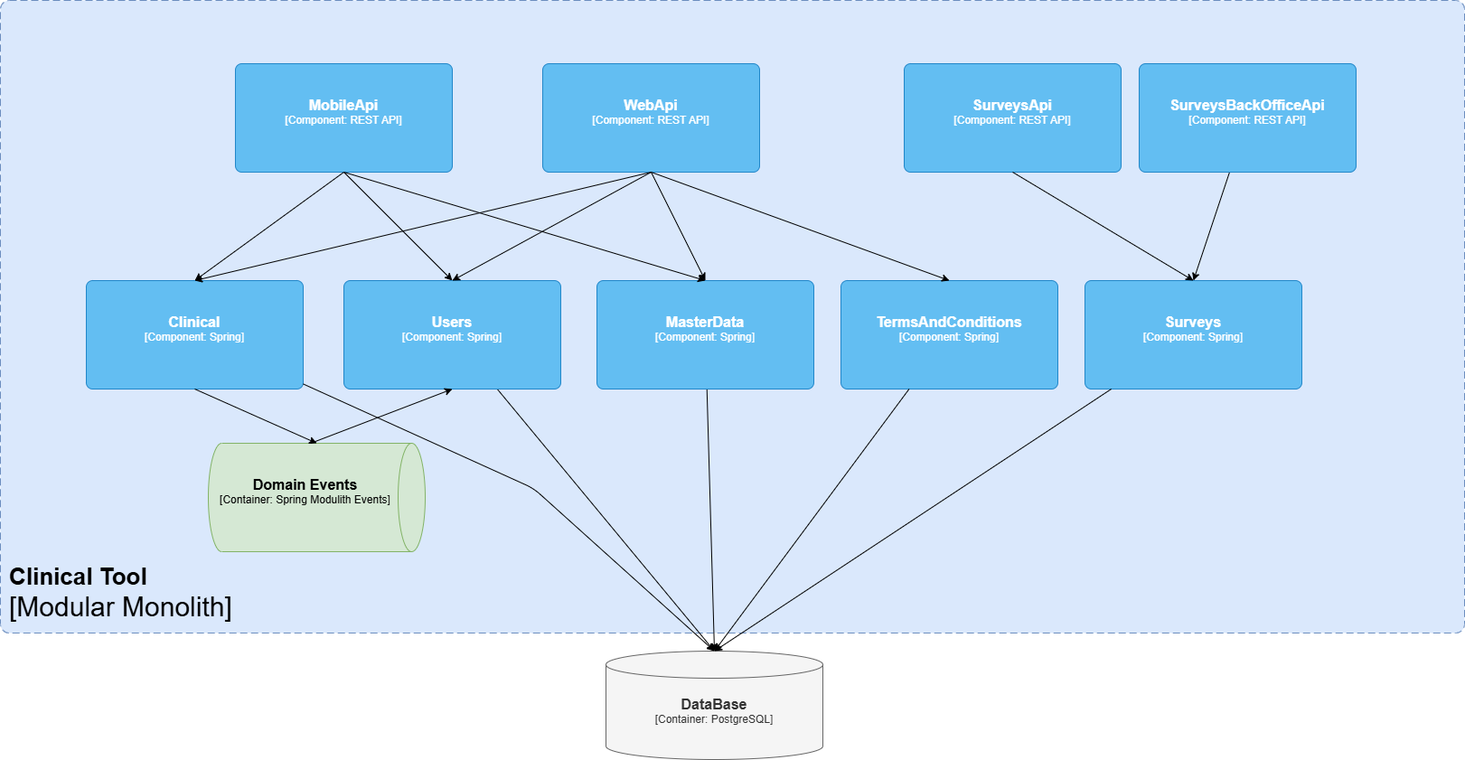
Earlier version of the draw.io export examples/modulith-clinical-tool-jpa/models/clinical-tool-c4.png (ZenWave360/zenwave-playground). Source tidied: cells renumbered, new cells last; positions are measured from the earlier drawing's top-left corner, leaving out a move shared by most shapes.
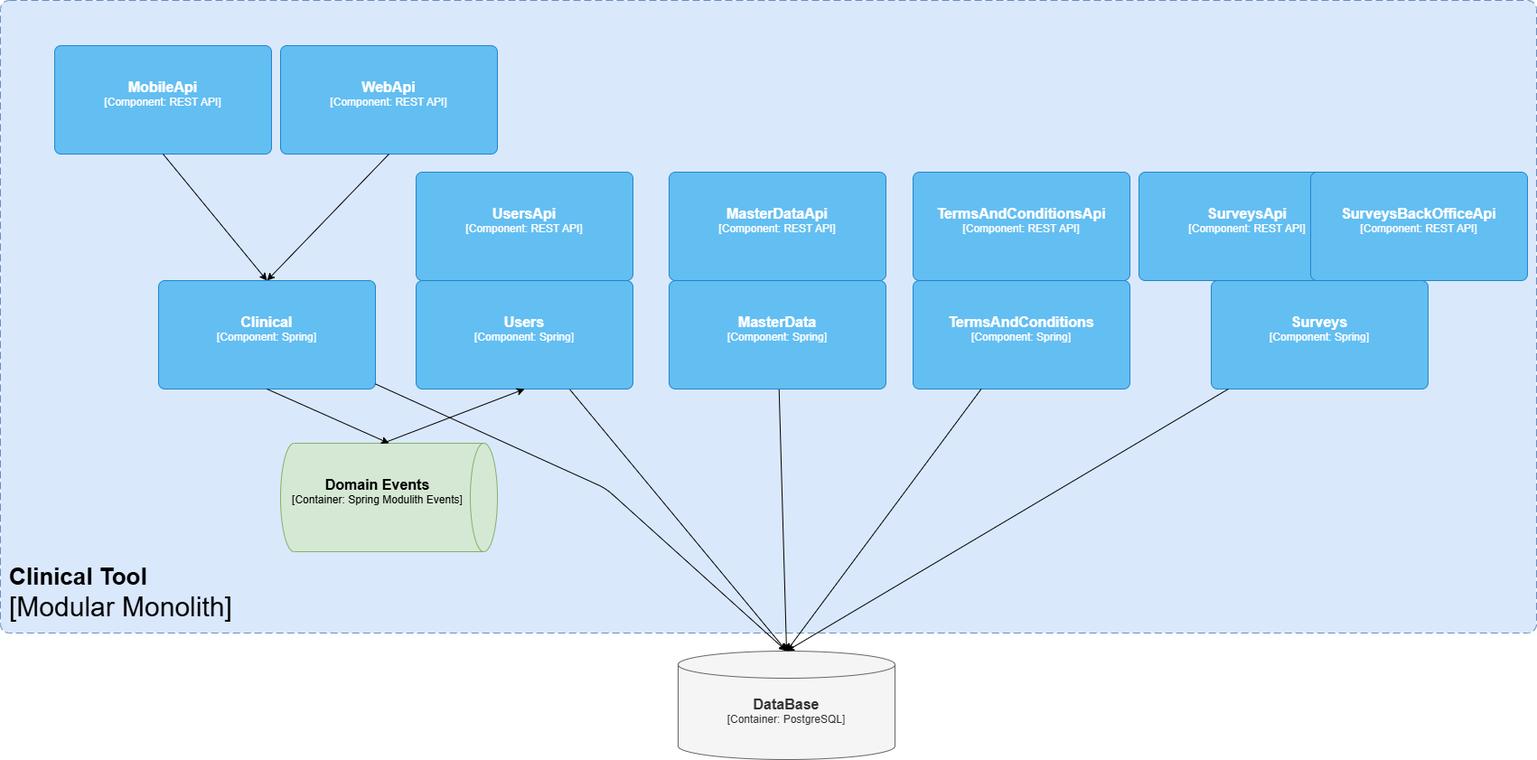
The same file after the commit.

Commit message:
working in the documentation of example projects

The edit, as a diff of the source:
```diff
@@ -4,22 +4,17 @@
     <mxCell id="1" parent="0" />
     <object id="2" label="&lt;font style=&quot;font-size: 26px&quot;&gt;&lt;b&gt;&lt;div style=&quot;text-align: left&quot;&gt;%c4Name%&lt;/div&gt;&lt;/b&gt;&lt;/font&gt;&lt;div style=&quot;text-align: left; font-size: 30px&quot;&gt;[%c4Application%]&lt;/div&gt;" c4Application="Modular Monolith" c4Name="Clinical Tool" c4Type="ContainerScopeBoundary" placeholders="1">
       <mxCell style="rounded=1;fontSize=11;whiteSpace=wrap;html=1;dashed=1;arcSize=20;fillColor=#dae8fc;strokeColor=#6c8ebf;labelBackgroundColor=none;align=left;verticalAlign=bottom;labelBorderColor=none;spacingTop=0;spacing=10;dashPattern=8 4;perimeter=rectanglePerimeter;noLabel=0;labelPadding=0;absoluteArcSize=1;" parent="1" vertex="1">
-        <mxGeometry width="1620" height="700" as="geometry" />
+        <mxGeometry x="-80" width="1700" height="700" as="geometry" />
       </mxCell>
     </object>
     <object id="3" label="&lt;font style=&quot;font-size: 16px&quot;&gt;&lt;b&gt;%c4Name%&lt;/b&gt;&lt;/font&gt;&lt;div&gt;[%c4Type%: %c4Technology%]&lt;/div&gt;&lt;br&gt;&lt;div&gt;&lt;font style=&quot;font-size: 11px&quot;&gt;%c4Description%&lt;/font&gt;&lt;/div&gt;" c4Description="" c4Name="WebApi" c4Technology="REST API" c4Type="Component" placeholders="1">
       <mxCell style="rounded=1;whiteSpace=wrap;html=1;labelBackgroundColor=none;fillColor=#63BEF2;fontColor=#ffffff;align=center;arcSize=6;strokeColor=#2086C9;points=[[0.25,0,0],[0.5,0,0],[0.75,0,0],[1,0.25,0],[1,0.5,0],[1,0.75,0],[0.75,1,0],[0.5,1,0],[0.25,1,0],[0,0.75,0],[0,0.5,0],[0,0.25,0]];" parent="1" vertex="1">
-        <mxGeometry x="600" y="70" width="240" height="120" as="geometry" />
+        <mxGeometry x="230" y="50" width="240" height="120" as="geometry" />
       </mxCell>
     </object>
-    <mxCell id="4" style="edgeStyle=none;html=1;exitX=0.5;exitY=1;exitDx=0;exitDy=0;exitPerimeter=0;" parent="1" edge="1" source="5">
-      <mxGeometry relative="1" as="geometry">
-        <mxPoint x="500" y="310" as="targetPoint" />
-      </mxGeometry>
-    </mxCell>
     <object id="5" label="&lt;font style=&quot;font-size: 16px&quot;&gt;&lt;b&gt;%c4Name%&lt;/b&gt;&lt;/font&gt;&lt;div&gt;[%c4Type%: %c4Technology%]&lt;/div&gt;&lt;br&gt;&lt;div&gt;&lt;font style=&quot;font-size: 11px&quot;&gt;%c4Description%&lt;/font&gt;&lt;/div&gt;" c4Description="" c4Name="MobileApi" c4Technology="REST API" c4Type="Component" placeholders="1">
       <mxCell style="rounded=1;whiteSpace=wrap;html=1;labelBackgroundColor=none;fillColor=#63BEF2;fontColor=#ffffff;align=center;arcSize=6;strokeColor=#2086C9;points=[[0.25,0,0],[0.5,0,0],[0.75,0,0],[1,0.25,0],[1,0.5,0],[1,0.75,0],[0.75,1,0],[0.5,1,0],[0.25,1,0],[0,0.75,0],[0,0.5,0],[0,0.25,0]];" parent="1" vertex="1">
-        <mxGeometry x="260" y="70" width="240" height="120" as="geometry" />
+        <mxGeometry x="-20" y="50" width="240" height="120" as="geometry" />
       </mxCell>
     </object>
     <object id="6" label="&lt;font style=&quot;font-size: 16px&quot;&gt;&lt;b&gt;%c4Name%&lt;/b&gt;&lt;/font&gt;&lt;div&gt;[%c4Type%: %c4Technology%]&lt;/div&gt;&lt;br&gt;&lt;div&gt;&lt;font style=&quot;font-size: 11px&quot;&gt;%c4Description%&lt;/font&gt;&lt;/div&gt;" c4Description="" c4Name="Clinical" c4Technology="Spring" c4Type="Component" placeholders="1">
@@ -45,7 +40,7 @@
     </object>
     <object id="11" label="&lt;font style=&quot;font-size: 16px&quot;&gt;&lt;b&gt;%c4Name%&lt;/b&gt;&lt;/font&gt;&lt;div&gt;[%c4Type%: %c4Technology%]&lt;/div&gt;&lt;br&gt;&lt;div&gt;&lt;font style=&quot;font-size: 11px&quot;&gt;%c4Description%&lt;/font&gt;&lt;/div&gt;" c4Description="" c4Name="Surveys" c4Technology="Spring" c4Type="Component" placeholders="1">
       <mxCell style="rounded=1;whiteSpace=wrap;html=1;labelBackgroundColor=none;fillColor=#63BEF2;fontColor=#ffffff;align=center;arcSize=6;strokeColor=#2086C9;points=[[0.25,0,0],[0.5,0,0],[0.75,0,0],[1,0.25,0],[1,0.5,0],[1,0.75,0],[0.75,1,0],[0.5,1,0],[0.25,1,0],[0,0.75,0],[0,0.5,0],[0,0.25,0]];" parent="1" vertex="1">
-        <mxGeometry x="1200" y="310" width="240" height="120" as="geometry" />
+        <mxGeometry x="1260" y="310" width="240" height="120" as="geometry" />
       </mxCell>
     </object>
     <object id="12" label="&lt;font style=&quot;font-size: 16px&quot;&gt;&lt;b&gt;%c4Name%&lt;/b&gt;&lt;/font&gt;&lt;div&gt;[%c4Type%: %c4Technology%]&lt;/div&gt;&lt;br&gt;&lt;div&gt;&lt;font style=&quot;font-size: 11px&quot;&gt;%c4Description%&lt;/font&gt;&lt;/div&gt;" c4Description="" c4Name="TermsAndConditions" c4Technology="Spring" c4Type="Component" placeholders="1">
@@ -55,38 +50,20 @@
     </object>
     <object id="13" label="&lt;font style=&quot;font-size: 16px&quot;&gt;&lt;b&gt;%c4Name%&lt;/b&gt;&lt;/font&gt;&lt;div&gt;[%c4Type%: %c4Technology%]&lt;/div&gt;&lt;br&gt;&lt;div&gt;&lt;font style=&quot;font-size: 11px&quot;&gt;%c4Description%&lt;/font&gt;&lt;/div&gt;" c4Description="" c4Name="SurveysApi" c4Technology="REST API" c4Type="Component" placeholders="1">
       <mxCell style="rounded=1;whiteSpace=wrap;html=1;labelBackgroundColor=none;fillColor=#63BEF2;fontColor=#ffffff;align=center;arcSize=6;strokeColor=#2086C9;points=[[0.25,0,0],[0.5,0,0],[0.75,0,0],[1,0.25,0],[1,0.5,0],[1,0.75,0],[0.75,1,0],[0.5,1,0],[0.25,1,0],[0,0.75,0],[0,0.5,0],[0,0.25,0]];" parent="1" vertex="1">
-        <mxGeometry x="1000" y="70" width="240" height="120" as="geometry" />
+        <mxGeometry x="1180" y="190" width="240" height="120" as="geometry" />
       </mxCell>
     </object>
-    <mxCell id="14" style="edgeStyle=none;html=1;entryX=0.5;entryY=0;entryDx=0;entryDy=0;entryPerimeter=0;" parent="1" edge="1" source="15" target="11">
-      <mxGeometry relative="1" as="geometry" />
-    </mxCell>
     <object id="15" label="&lt;font style=&quot;font-size: 16px&quot;&gt;&lt;b&gt;%c4Name%&lt;/b&gt;&lt;/font&gt;&lt;div&gt;[%c4Type%: %c4Technology%]&lt;/div&gt;&lt;br&gt;&lt;div&gt;&lt;font style=&quot;font-size: 11px&quot;&gt;%c4Description%&lt;/font&gt;&lt;/div&gt;" c4Description="" c4Name="SurveysBackOfficeApi" c4Technology="REST API" c4Type="Component" placeholders="1">
       <mxCell style="rounded=1;whiteSpace=wrap;html=1;labelBackgroundColor=none;fillColor=#63BEF2;fontColor=#ffffff;align=center;arcSize=6;strokeColor=#2086C9;points=[[0.25,0,0],[0.5,0,0],[0.75,0,0],[1,0.25,0],[1,0.5,0],[1,0.75,0],[0.75,1,0],[0.5,1,0],[0.25,1,0],[0,0.75,0],[0,0.5,0],[0,0.25,0]];" parent="1" vertex="1">
-        <mxGeometry x="1260" y="70" width="240" height="120" as="geometry" />
+        <mxGeometry x="1370" y="190" width="240" height="120" as="geometry" />
       </mxCell>
     </object>
     <mxCell id="16" style="edgeStyle=none;html=1;entryX=0.5;entryY=0;entryDx=0;entryDy=0;entryPerimeter=0;exitX=0.5;exitY=1;exitDx=0;exitDy=0;exitPerimeter=0;" parent="1" edge="1" source="3" target="6">
       <mxGeometry relative="1" as="geometry" />
     </mxCell>
-    <mxCell id="17" style="edgeStyle=none;html=1;entryX=0.5;entryY=0;entryDx=0;entryDy=0;entryPerimeter=0;exitX=0.5;exitY=1;exitDx=0;exitDy=0;exitPerimeter=0;" parent="1" edge="1" source="3" target="8">
-      <mxGeometry relative="1" as="geometry" />
-    </mxCell>
-    <mxCell id="18" style="edgeStyle=none;html=1;entryX=0.5;entryY=0;entryDx=0;entryDy=0;entryPerimeter=0;exitX=0.5;exitY=1;exitDx=0;exitDy=0;exitPerimeter=0;" parent="1" edge="1" source="3" target="10">
-      <mxGeometry relative="1" as="geometry" />
-    </mxCell>
-    <mxCell id="19" style="edgeStyle=none;html=1;entryX=0.5;entryY=0;entryDx=0;entryDy=0;entryPerimeter=0;exitX=0.5;exitY=1;exitDx=0;exitDy=0;exitPerimeter=0;" parent="1" edge="1" source="3" target="12">
-      <mxGeometry relative="1" as="geometry" />
-    </mxCell>
     <mxCell id="20" style="edgeStyle=none;html=1;entryX=0.5;entryY=0;entryDx=0;entryDy=0;entryPerimeter=0;exitX=0.5;exitY=1;exitDx=0;exitDy=0;exitPerimeter=0;" parent="1" edge="1" source="5" target="6">
       <mxGeometry relative="1" as="geometry" />
     </mxCell>
-    <mxCell id="21" style="edgeStyle=none;html=1;entryX=0.5;entryY=0;entryDx=0;entryDy=0;entryPerimeter=0;exitX=0.5;exitY=1;exitDx=0;exitDy=0;exitPerimeter=0;" parent="1" edge="1" source="5" target="10">
-      <mxGeometry relative="1" as="geometry" />
-    </mxCell>
-    <mxCell id="22" style="edgeStyle=none;html=1;entryX=0.5;entryY=0;entryDx=0;entryDy=0;entryPerimeter=0;exitX=0.5;exitY=1;exitDx=0;exitDy=0;exitPerimeter=0;" parent="1" edge="1" source="13" target="11">
-      <mxGeometry relative="1" as="geometry" />
-    </mxCell>
     <object id="23" label="&lt;font style=&quot;font-size: 16px&quot;&gt;&lt;b&gt;%c4Name%&lt;/b&gt;&lt;/font&gt;&lt;div&gt;[%c4Type%:&amp;nbsp;%c4Technology%]&lt;/div&gt;&lt;br&gt;&lt;div&gt;&lt;font style=&quot;font-size: 11px&quot;&gt;&lt;font color=&quot;#E6E6E6&quot;&gt;%c4Description%&lt;/font&gt;&lt;/div&gt;" c4Description="" c4Name="Domain Events" c4Technology="Spring Modulith Events" c4Type="Container" placeholders="1">
       <mxCell style="shape=cylinder3;size=15;direction=south;whiteSpace=wrap;html=1;boundedLbl=1;rounded=0;labelBackgroundColor=none;fillColor=#d5e8d4;fontSize=12;align=center;strokeColor=#82b366;points=[[0.5,0,0],[1,0.25,0],[1,0.5,0],[1,0.75,0],[0.5,1,0],[0,0.75,0],[0,0.5,0],[0,0.25,0]];" parent="1" vertex="1">
         <mxGeometry x="230" y="490" width="240" height="120" as="geometry" />
@@ -116,5 +93,20 @@
     <mxCell id="29" style="edgeStyle=none;html=1;entryX=0.5;entryY=0;entryDx=0;entryDy=0;entryPerimeter=0;" parent="1" edge="1" source="11" target="26">
       <mxGeometry relative="1" as="geometry" />
     </mxCell>
+    <object id="30" label="&lt;font style=&quot;font-size: 16px&quot;&gt;&lt;b&gt;%c4Name%&lt;/b&gt;&lt;/font&gt;&lt;div&gt;[%c4Type%: %c4Technology%]&lt;/div&gt;&lt;br&gt;&lt;div&gt;&lt;font style=&quot;font-size: 11px&quot;&gt;%c4Description%&lt;/font&gt;&lt;/div&gt;" c4Description="" c4Name="UsersApi" c4Technology="REST API" c4Type="Component" placeholders="1">
+      <mxCell style="rounded=1;whiteSpace=wrap;html=1;labelBackgroundColor=none;fillColor=#63BEF2;fontColor=#ffffff;align=center;arcSize=6;strokeColor=#2086C9;" parent="1" vertex="1">
+        <mxGeometry x="380" y="190" width="240" height="120" as="geometry" />
+      </mxCell>
+    </object>
+    <object id="31" label="&lt;font style=&quot;font-size: 16px&quot;&gt;&lt;b&gt;%c4Name%&lt;/b&gt;&lt;/font&gt;&lt;div&gt;[%c4Type%: %c4Technology%]&lt;/div&gt;&lt;br&gt;&lt;div&gt;&lt;font style=&quot;font-size: 11px&quot;&gt;%c4Description%&lt;/font&gt;&lt;/div&gt;" c4Description="" c4Name="MasterDataApi" c4Technology="REST API" c4Type="Component" placeholders="1">
+      <mxCell style="rounded=1;whiteSpace=wrap;html=1;labelBackgroundColor=none;fillColor=#63BEF2;fontColor=#ffffff;align=center;arcSize=6;strokeColor=#2086C9;" parent="1" vertex="1">
+        <mxGeometry x="660" y="190" width="240" height="120" as="geometry" />
+      </mxCell>
+    </object>
+    <object id="32" label="&lt;font style=&quot;font-size: 16px&quot;&gt;&lt;b&gt;%c4Name%&lt;/b&gt;&lt;/font&gt;&lt;div&gt;[%c4Type%: %c4Technology%]&lt;/div&gt;&lt;br&gt;&lt;div&gt;&lt;font style=&quot;font-size: 11px&quot;&gt;%c4Description%&lt;/font&gt;&lt;/div&gt;" c4Description="" c4Name="TermsAndConditionsApi" c4Technology="REST API" c4Type="Component" placeholders="1">
+      <mxCell style="rounded=1;whiteSpace=wrap;html=1;labelBackgroundColor=none;fillColor=#63BEF2;fontColor=#ffffff;align=center;arcSize=6;strokeColor=#2086C9;" parent="1" vertex="1">
+        <mxGeometry x="930" y="190" width="240" height="120" as="geometry" />
+      </mxCell>
+    </object>
   </root>
 </mxGraphModel>
```
